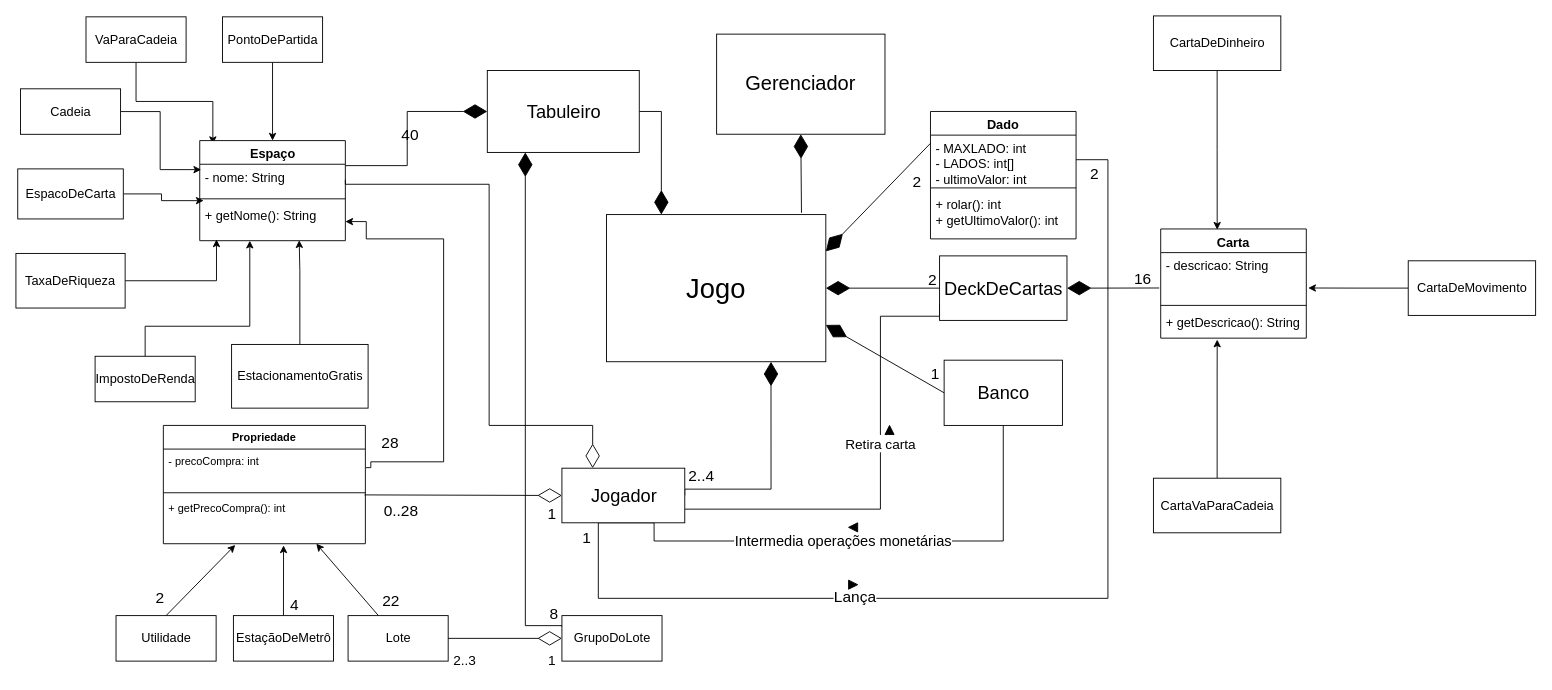
The draw.io diagram Monopoly - G1.drawio in rafaelbarbeta/Monopoly, before the edit. Source tidied: cells renumbered, new cells numbered last; positions are measured from the earlier drawing's top-left corner, leaving out a move shared by most shapes. Both pictures are drawn from the tidied source at 91%, with x=0, y=0 at pixel (15, 15).
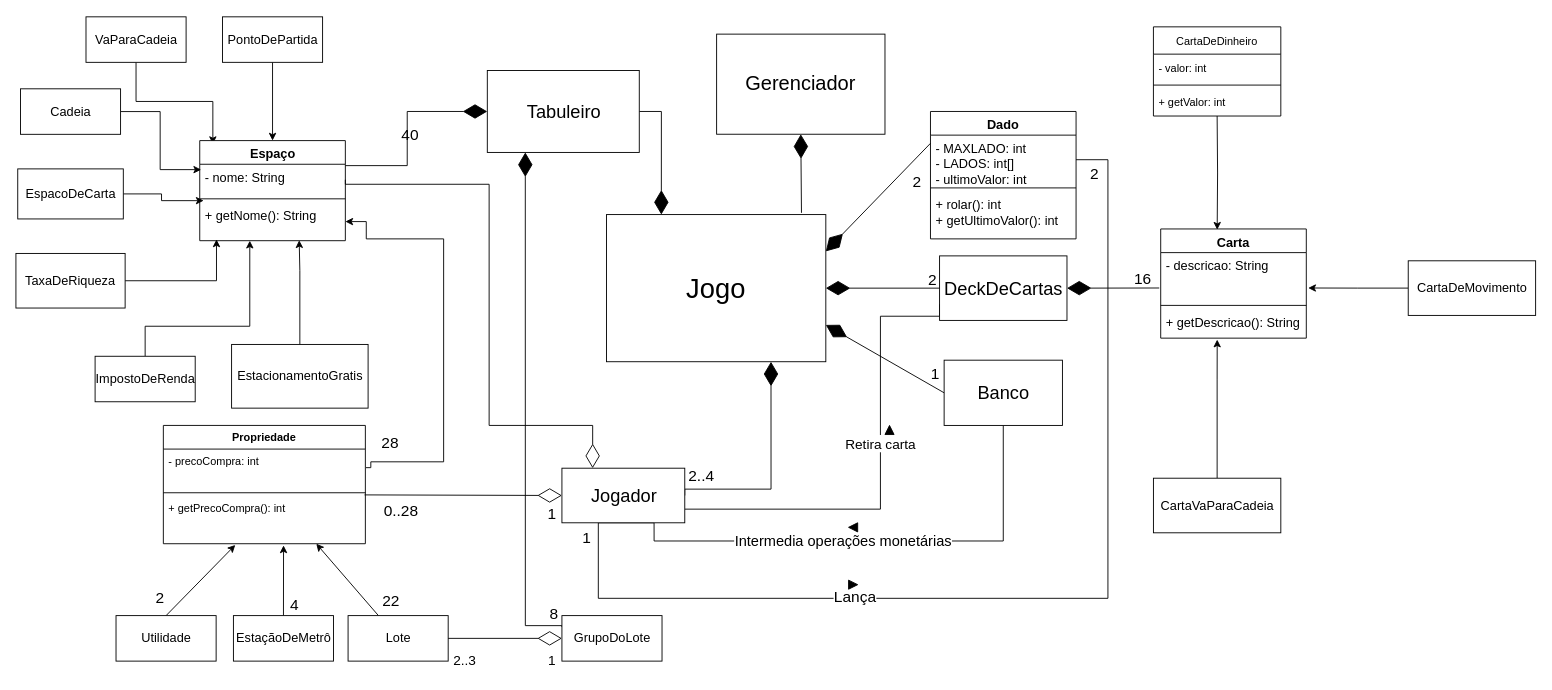
After the change.

Commit message (it also covers changes not shown here):
implementação pegarCarta

The change refers to these unchanged cells:
```xml
<mxCell id="73" value="Carta" style="swimlane;fontStyle=1;align=center;verticalAlign=top;horizontal=1;startSize=26;fontFamily=Helvetica;fontSize=14;fontColor=default;" parent="1" vertex="1">
  <mxGeometry x="1258" y="234.1" width="160" height="120" as="geometry" />
</mxCell>
```

Diff of the diagram source:
```diff
@@
-    <mxCell id="45" style="edgeStyle=orthogonalEdgeStyle;rounded=0;jettySize=auto;html=1;entryX=0.388;entryY=0.007;entryDx=0;entryDy=0;entryPerimeter=0;" parent="1" edge="1" source="46" target="73">
-      <mxGeometry relative="1" as="geometry" />
+    <mxCell id="45" style="edgeStyle=orthogonalEdgeStyle;rounded=0;jettySize=auto;html=1;entryX=0.388;entryY=0.007;entryDx=0;entryDy=0;entryPerimeter=0;" parent="1" edge="1" target="73">
+      <mxGeometry relative="1" as="geometry">
+        <mxPoint x="1320" y="110" as="sourcePoint" />
+      </mxGeometry>
     </mxCell>
-    <mxCell id="46" value="CartaDeDinheiro" style="html=1;fontSize=14;" parent="1" vertex="1">
-      <mxGeometry x="1250" width="140" height="60" as="geometry" />
-    </mxCell>
@@
+    <mxCell id="46" value="CartaDeDinheiro" style="swimlane;fontStyle=0;horizontal=1;startSize=30;" parent="1" vertex="1">
+      <mxGeometry x="1250" y="12" width="140" height="98" as="geometry" />
+    </mxCell>
+    <mxCell id="81" value="- valor: int" style="text;strokeColor=none;fillColor=none;align=left;verticalAlign=middle;spacingLeft=4;spacingRight=4;overflow=hidden;" parent="46" vertex="1">
+      <mxGeometry y="30" width="140" height="30" as="geometry" />
+    </mxCell>
+    <mxCell id="82" style="line;strokeWidth=1;fillColor=none;align=left;verticalAlign=middle;spacingTop=-1;spacingLeft=3;spacingRight=3;labelPosition=right;fontFamily=Helvetica;fontSize=14;fontColor=default;" parent="46" vertex="1">
+      <mxGeometry y="60" width="140" height="8" as="geometry" />
+    </mxCell>
+    <mxCell id="83" value="+ getValor: int" style="text;strokeColor=none;fillColor=none;align=left;verticalAlign=middle;spacingLeft=4;spacingRight=4;overflow=hidden;" parent="46" vertex="1">
+      <mxGeometry y="68" width="140" height="30" as="geometry" />
+    </mxCell>
```
